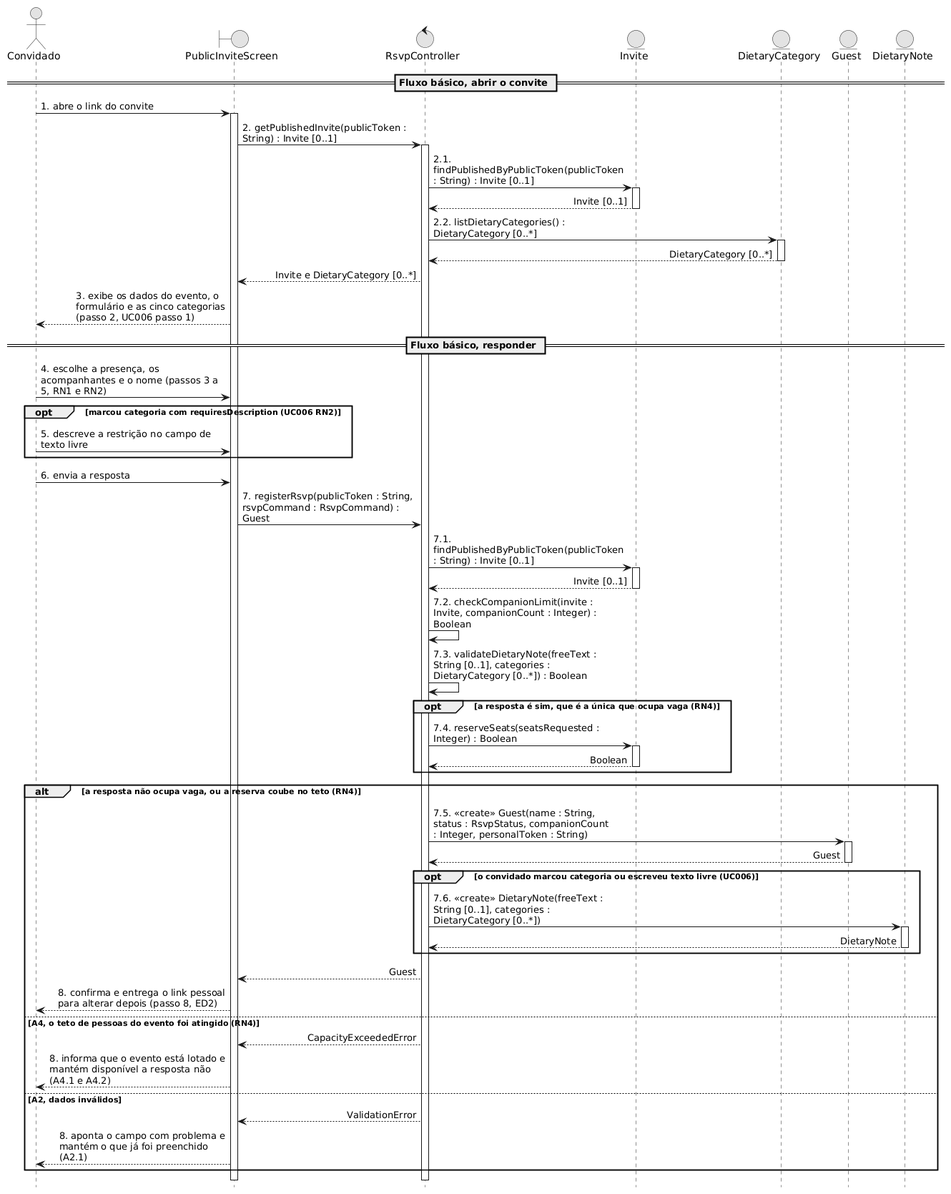
The PlantUML diagram docs/.attachments/diagrama-sequencia-bce-uc005.png in tcpassos/invite-app, before a commit.
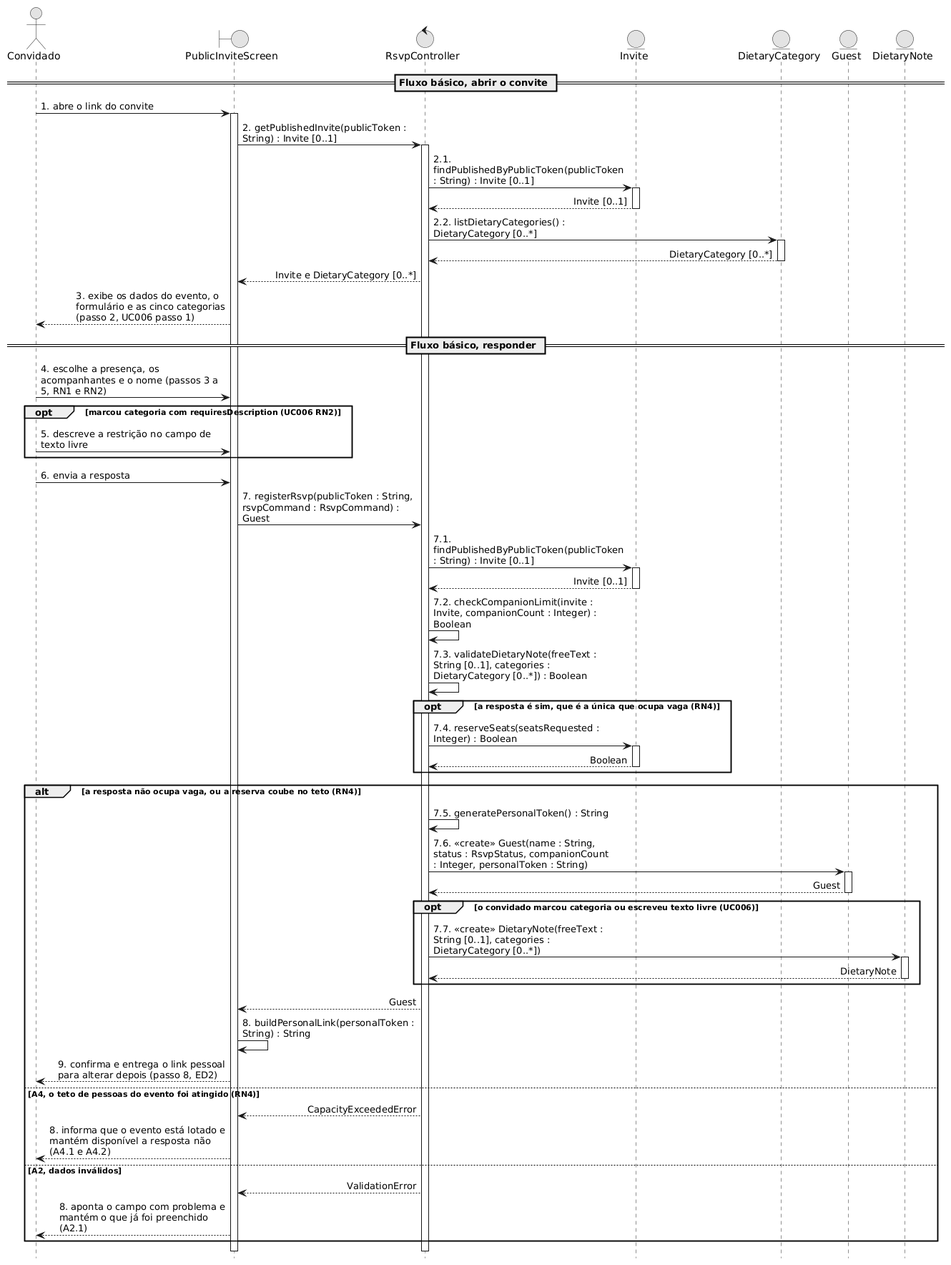
The same diagram one commit later.

Commit message:
docs: diagramas de classes participantes dos quatro casos de uso realizados

What changed in the source:
```diff
@@ -64,20 +64,22 @@
 
 alt a resposta não ocupa vaga, ou a reserva coube no teto (RN4)
 
-  C -> G : 7.5. «create» Guest(name : String, status : RsvpStatus, companionCount : Integer, personalToken : String)
+  C -> C : 7.5. generatePersonalToken() : String
+  C -> G : 7.6. «create» Guest(name : String, status : RsvpStatus, companionCount : Integer, personalToken : String)
   activate G
   G --> C : Guest
   deactivate G
 
   opt o convidado marcou categoria ou escreveu texto livre (UC006)
-    C -> N : 7.6. «create» DietaryNote(freeText : String [0..1], categories : DietaryCategory [0..*])
+    C -> N : 7.7. «create» DietaryNote(freeText : String [0..1], categories : DietaryCategory [0..*])
     activate N
     N --> C : DietaryNote
     deactivate N
   end
 
   C --> B : Guest
-  B --> Ator : 8. confirma e entrega o link pessoal para alterar depois (passo 8, ED2)
+  B -> B : 8. buildPersonalLink(personalToken : String) : String
+  B --> Ator : 9. confirma e entrega o link pessoal para alterar depois (passo 8, ED2)
 
 else A4, o teto de pessoas do evento foi atingido (RN4)
 
```
